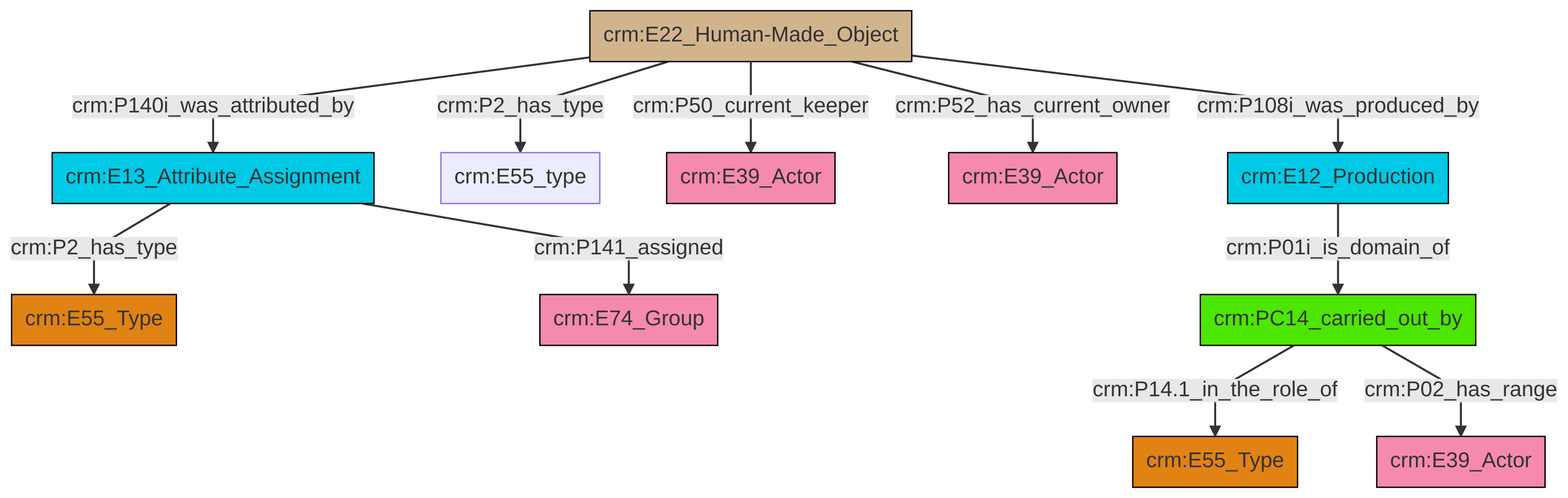
Earlier version of the Mermaid export et/artworkCSV/ttl/mmd/png/Artwork_Actor_Relations.png (swiss-art-research-net/reference-data-models). Its source is kept beside it as et/artworkCSV/ttl/mmd/Artwork_Actor_Relations.ttl.mmd.
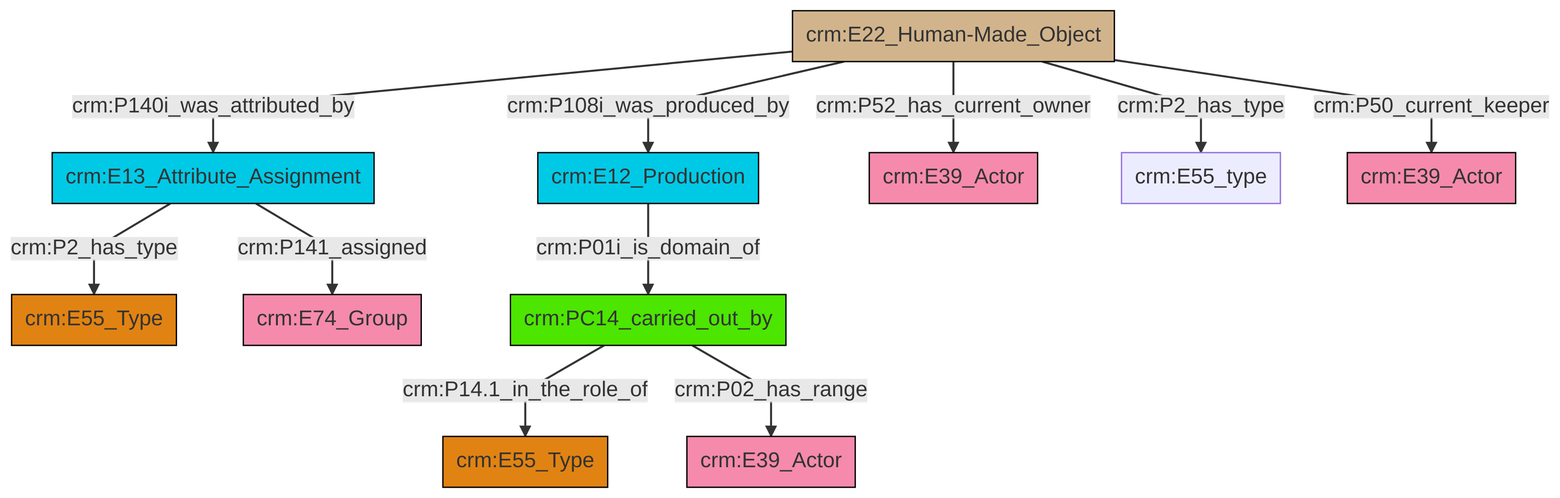
The same file after the commit.

Change to the diagram source:
```diff
@@ -13,13 +13,13 @@
 classDef PC_Classes fill:#4ce600, stroke:#000000;
 classDef Multi fill:#cccccc,stroke:#000000;
 
-6["crm:E22_Human-Made_Object"]:::Physical_Thing -->|crm:P2_has_type| 7["crm:E55_type"]:::Default
-8["crm:PC14_carried_out_by"]:::PC_Classes -->|crm:P14.1_in_the_role_of| 9["crm:E55_Type"]:::Type
-4["crm:E13_Attribute_Assignment"]:::Temporal_Entity -->|crm:P2_has_type| 0["crm:E55_Type"]:::Type
-6["crm:E22_Human-Made_Object"]:::Physical_Thing -->|crm:P52_has_current_owner| 17["crm:E39_Actor"]:::Actor
-6["crm:E22_Human-Made_Object"]:::Physical_Thing -->|crm:P108i_was_produced_by| 19["crm:E12_Production"]:::Temporal_Entity
-6["crm:E22_Human-Made_Object"]:::Physical_Thing -->|crm:P50_current_keeper| 13["crm:E39_Actor"]:::Actor
-19["crm:E12_Production"]:::Temporal_Entity -->|crm:P01i_is_domain_of| 8["crm:PC14_carried_out_by"]:::PC_Classes
-8["crm:PC14_carried_out_by"]:::PC_Classes -->|crm:P02_has_range| 15["crm:E39_Actor"]:::Actor
-4["crm:E13_Attribute_Assignment"]:::Temporal_Entity -->|crm:P141_assigned| 2["crm:E74_Group"]:::Actor
-6["crm:E22_Human-Made_Object"]:::Physical_Thing -->|crm:P140i_was_attributed_by| 4["crm:E13_Attribute_Assignment"]:::Temporal_Entity
+4["crm:PC14_carried_out_by"]:::PC_Classes -->|crm:P14.1_in_the_role_of| 5["crm:E55_Type"]:::Type
+0["crm:E22_Human-Made_Object"]:::Physical_Thing -->|crm:P140i_was_attributed_by| 6["crm:E13_Attribute_Assignment"]:::Temporal_Entity
+0["crm:E22_Human-Made_Object"]:::Physical_Thing -->|crm:P108i_was_produced_by| 9["crm:E12_Production"]:::Temporal_Entity
+0["crm:E22_Human-Made_Object"]:::Physical_Thing -->|crm:P52_has_current_owner| 11["crm:E39_Actor"]:::Actor
+6["crm:E13_Attribute_Assignment"]:::Temporal_Entity -->|crm:P2_has_type| 7["crm:E55_Type"]:::Type
+0["crm:E22_Human-Made_Object"]:::Physical_Thing -->|crm:P2_has_type| 14["crm:E55_type"]:::Default
+9["crm:E12_Production"]:::Temporal_Entity -->|crm:P01i_is_domain_of| 4["crm:PC14_carried_out_by"]:::PC_Classes
+0["crm:E22_Human-Made_Object"]:::Physical_Thing -->|crm:P50_current_keeper| 15["crm:E39_Actor"]:::Actor
+6["crm:E13_Attribute_Assignment"]:::Temporal_Entity -->|crm:P141_assigned| 2["crm:E74_Group"]:::Actor
+4["crm:PC14_carried_out_by"]:::PC_Classes -->|crm:P02_has_range| 18["crm:E39_Actor"]:::Actor
```
